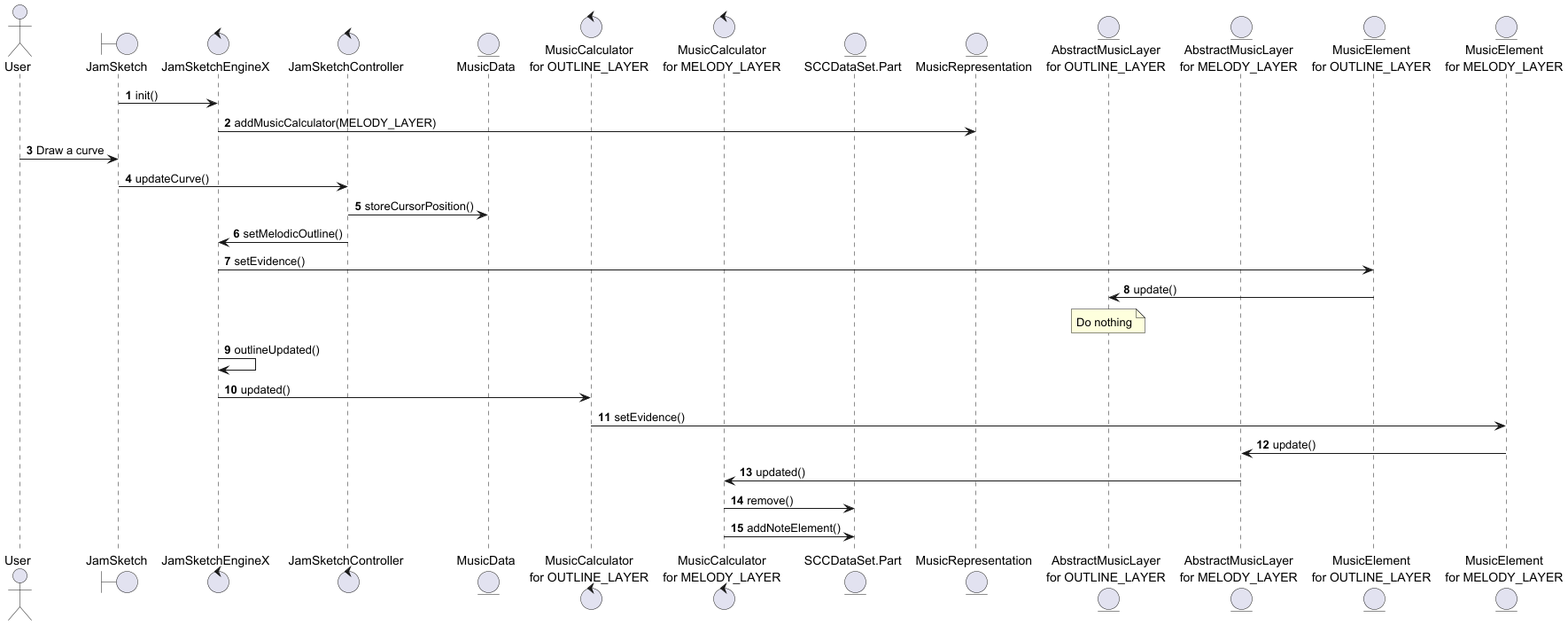
kitaharalab/JamSketch keeps this PlantUML diagram as diagrams/JamSketch-Sequence-NotAddMusicCalculatorForOutline.png. Above is the earlier version.
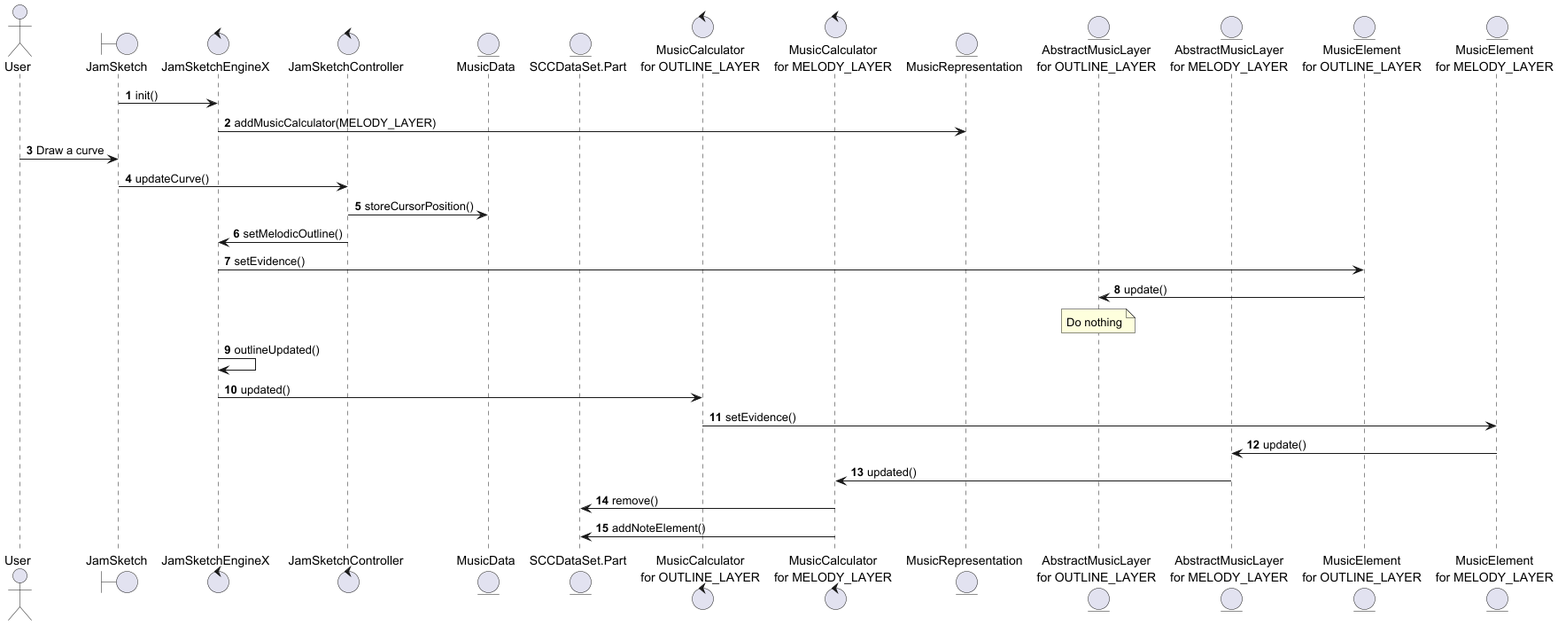
After the change.

Diff of the diagram source:
```diff
@@ -7,9 +7,9 @@
 control JamSketchEngineX
 control JamSketchController
 entity MusicData
+entity SCCDataSet.Part
 control "MusicCalculator\nfor OUTLINE_LAYER"
 control "MusicCalculator\nfor MELODY_LAYER"
-entity SCCDataSet.Part
 entity MusicRepresentation
 entity "AbstractMusicLayer\nfor OUTLINE_LAYER"
 entity "AbstractMusicLayer\nfor MELODY_LAYER"
```
